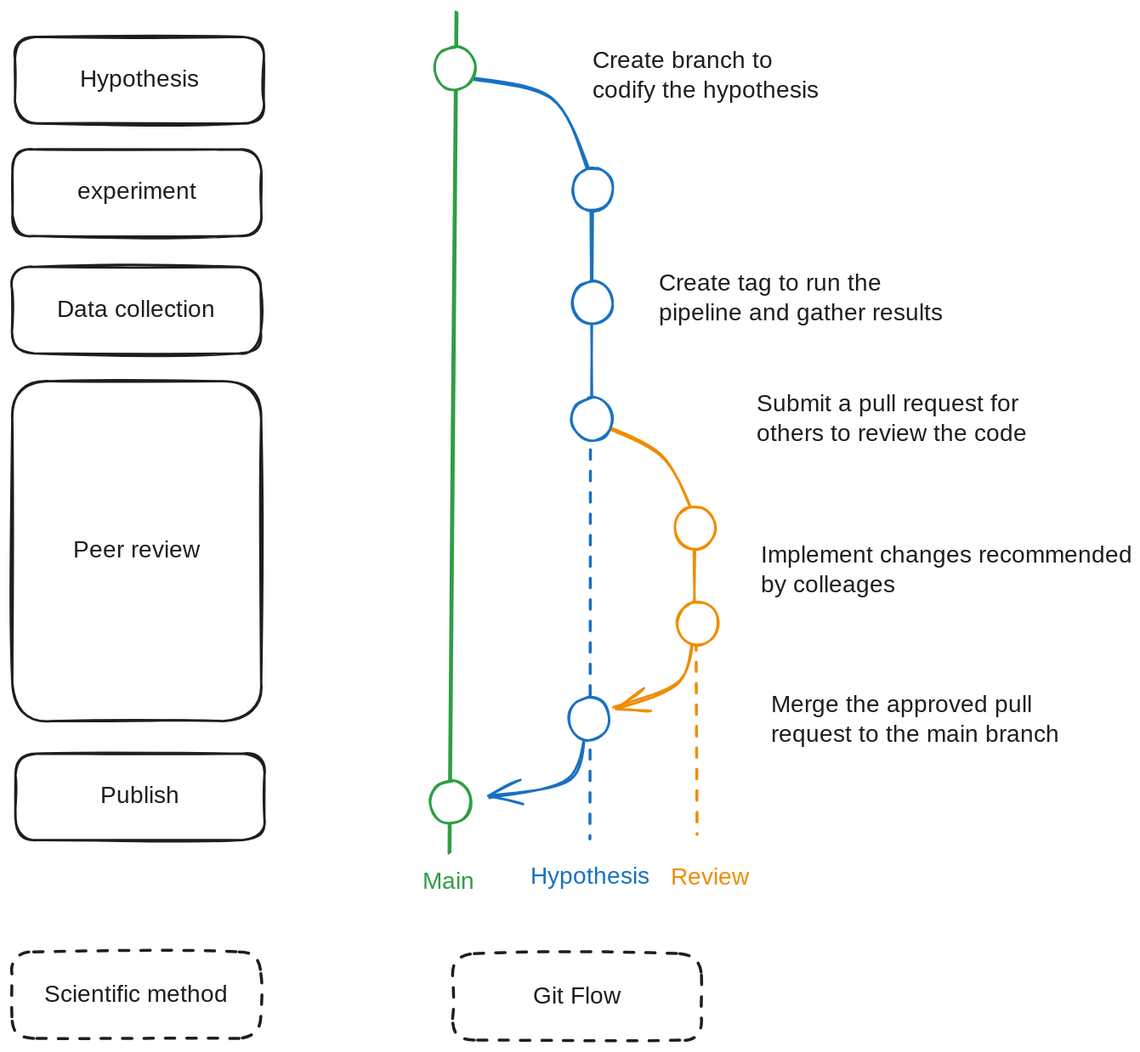
Before: docs/src/blog/posts/infrastructure_stack/attachments/scientific_method.excalidraw.svg, a diagram exported from Excalidraw (everycure-org/matrix). Source tidied: one line per element, renumbered; positions are measured from the earlier drawing's top-left corner, leaving out a move shared by most shapes.
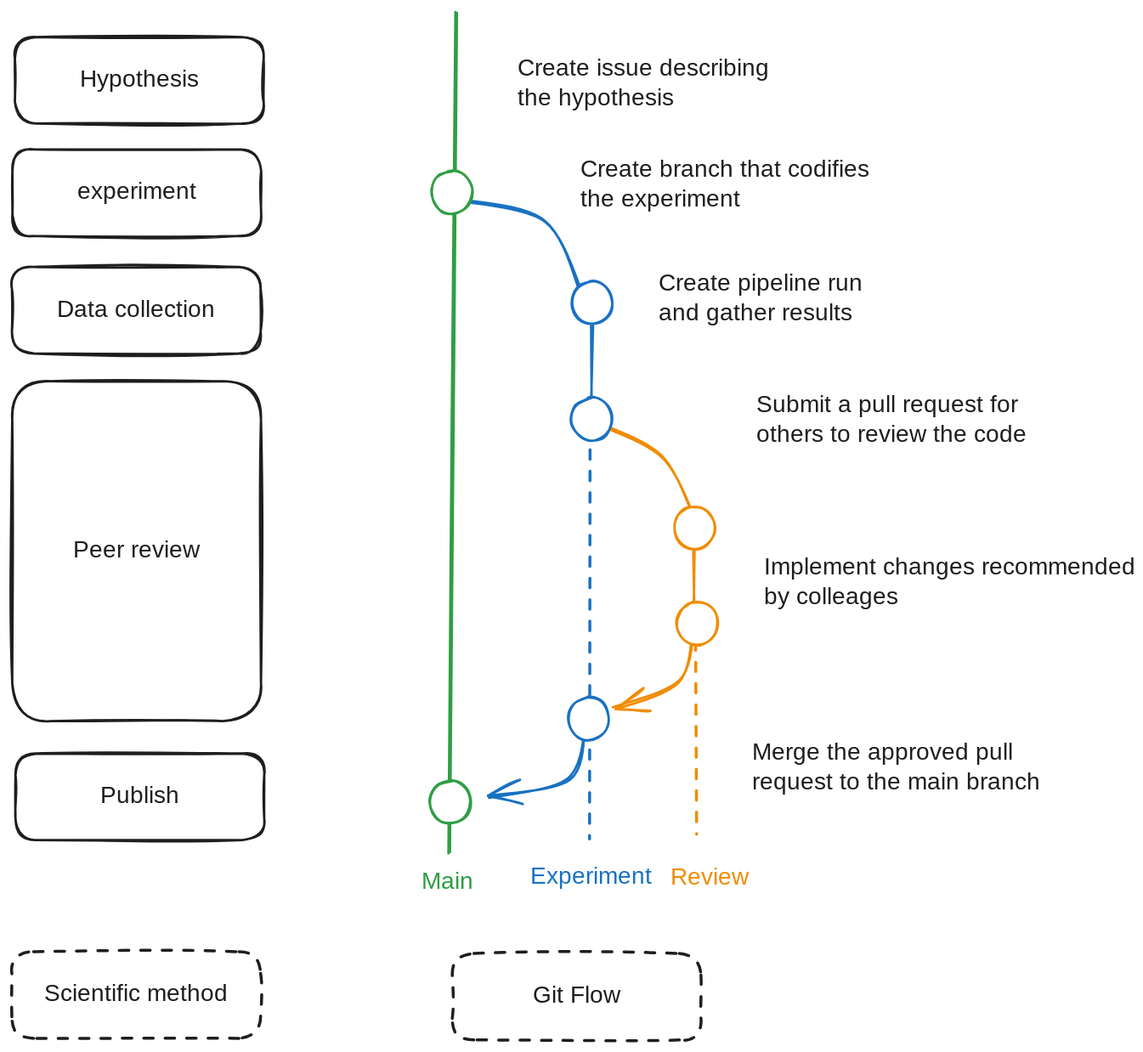
After the change.

Diff of the diagram source:
```diff
@@ -10,20 +10,19 @@
 {"id": 9, "type": "text", "text": "Peer review", "strokeColor": "#1e1e1e", "backgroundColor": "#ffffff", "fillStyle": "solid", "strokeWidth": 2, "roughness": 1, "fontSize": 20, "fontFamily": 1, "textAlign": "center", "verticalAlign": "middle", "inside": 8, "x": 49, "y": 441, "width": 111, "height": 25}
 {"id": 10, "type": "rectangle", "strokeColor": "#1e1e1e", "backgroundColor": "#ffffff", "fillStyle": "solid", "strokeWidth": 2, "roughness": 1, "round": true, "x": 3, "y": 623, "width": 209, "height": 73}
 {"id": 11, "type": "text", "text": "Publish", "strokeColor": "#1e1e1e", "backgroundColor": "#ffffff", "fillStyle": "solid", "strokeWidth": 2, "roughness": 1, "fontSize": 20, "fontFamily": 1, "textAlign": "center", "verticalAlign": "middle", "inside": 10, "x": 75, "y": 647, "width": 65, "height": 25}
-{"id": 12, "type": "line", "strokeColor": "#1971c2", "backgroundColor": "#ffffff", "fillStyle": "solid", "strokeWidth": 2, "roughness": 1, "round": true, "x": 378, "y": 56, "width": 107, "height": 80, "points": [[0, 0], [76, 17], [107, 80]]}
+{"id": 12, "type": "line", "strokeColor": "#1971c2", "backgroundColor": "#ffffff", "fillStyle": "solid", "strokeWidth": 2, "roughness": 1, "round": true, "x": 372, "y": 159, "width": 107, "height": 80, "points": [[0, 0], [76, 17], [107, 80]]}
-{"id": 13, "type": "ellipse", "strokeColor": "#2f9e44", "backgroundColor": "#ffffff", "fillStyle": "solid", "strokeWidth": 2, "roughness": 1, "round": true, "x": 355, "y": 29, "width": 34, "height": 36}
+{"id": 13, "type": "ellipse", "strokeColor": "#2f9e44", "backgroundColor": "#ffffff", "fillStyle": "solid", "strokeWidth": 2, "roughness": 1, "round": true, "x": 353, "y": 134, "width": 34, "height": 36}
-{"id": 14, "type": "text", "text": "Create branch to\ncodify the hypothesis", "strokeColor": "#1e1e1e", "backgroundColor": "#ffffff", "fillStyle": "solid", "strokeWidth": 2, "roughness": 1, "fontSize": 20, "fontFamily": 1, "x": 488, "y": 29, "width": 207, "height": 50}
+{"id": 14, "type": "text", "text": "Create issue describing\nthe hypothesis", "strokeColor": "#1e1e1e", "backgroundColor": "#ffffff", "fillStyle": "solid", "strokeWidth": 2, "roughness": 1, "fontSize": 20, "fontFamily": 1, "x": 425, "y": 35, "width": 226, "height": 50}
 {"id": 15, "type": "text", "text": "Main", "strokeColor": "#2f9e44", "backgroundColor": "#ffffff", "fillStyle": "solid", "strokeWidth": 2, "roughness": 1, "fontSize": 20, "fontFamily": 1, "x": 345, "y": 719, "width": 42, "height": 25}
-{"id": 16, "type": "line", "strokeColor": "#1971c2", "backgroundColor": "#ffffff", "fillStyle": "solid", "strokeWidth": 2, "roughness": 1, "round": true, "x": 486, "y": 151, "width": 1, "height": 196, "points": [[0, 0], [1, 196]]}
+{"id": 16, "type": "line", "strokeColor": "#1971c2", "backgroundColor": "#ffffff", "fillStyle": "solid", "strokeWidth": 2, "roughness": 1, "round": true, "x": 487, "y": 245, "width": 0, "height": 102, "points": [[0, 0], [0, 102]]}
 {"id": 17, "type": "ellipse", "strokeColor": "#1971c2", "backgroundColor": "#ffffff", "fillStyle": "solid", "strokeWidth": 2, "roughness": 1, "round": true, "x": 470, "y": 226, "width": 34, "height": 36}
-{"id": 18, "type": "ellipse", "strokeColor": "#1971c2", "backgroundColor": "#ffffff", "fillStyle": "solid", "strokeWidth": 2, "roughness": 1, "round": true, "x": 471, "y": 131, "width": 34, "height": 36}
-{"id": 19, "type": "text", "text": "Hypothesis", "strokeColor": "#1971c2", "backgroundColor": "#ffffff", "fillStyle": "solid", "strokeWidth": 2, "roughness": 1, "fontSize": 20, "fontFamily": 1, "x": 436, "y": 715, "width": 100, "height": 25}
+{"id": 19, "type": "text", "text": "Experiment", "strokeColor": "#1971c2", "backgroundColor": "#ffffff", "fillStyle": "solid", "strokeWidth": 2, "roughness": 1, "fontSize": 20, "fontFamily": 1, "x": 436, "y": 715, "width": 103, "height": 25}
-{"id": 20, "type": "text", "text": "Create tag to run the\npipeline and gather results", "strokeColor": "#1e1e1e", "backgroundColor": "#ffffff", "fillStyle": "solid", "strokeWidth": 2, "roughness": 1, "fontSize": 20, "fontFamily": 1, "x": 544, "y": 216, "width": 262, "height": 50}
+{"id": 20, "type": "text", "text": "Create pipeline run\nand gather results", "strokeColor": "#1e1e1e", "backgroundColor": "#ffffff", "fillStyle": "solid", "strokeWidth": 2, "roughness": 1, "fontSize": 20, "fontFamily": 1, "x": 544, "y": 216, "width": 187, "height": 50}
 {"id": 21, "type": "text", "text": "Submit a pull request for\nothers to review the code", "strokeColor": "#1e1e1e", "backgroundColor": "#ffffff", "fillStyle": "solid", "strokeWidth": 2, "roughness": 1, "fontSize": 20, "fontFamily": 1, "x": 626, "y": 318, "width": 258, "height": 50}
 {"id": 22, "type": "line", "strokeColor": "#1971c2", "backgroundColor": "#ffffff", "fillStyle": "solid", "strokeWidth": 2, "strokeStyle": "dashed", "roughness": 1, "round": true, "x": 486, "y": 350, "width": 0, "height": 346, "points": [[0, 0], [0, 346]]}
 {"id": 23, "type": "ellipse", "strokeColor": "#2f9e44", "backgroundColor": "#ffffff", "fillStyle": "solid", "strokeWidth": 2, "roughness": 1, "round": true, "x": 351, "y": 646, "width": 34, "height": 36}
 {"id": 24, "type": "arrow", "strokeColor": "#1971c2", "backgroundColor": "#ffffff", "fillStyle": "solid", "strokeWidth": 2, "roughness": 1, "endArrowhead": "arrow", "round": true, "to": 23, "x": 482, "y": 596, "width": 81, "height": 64, "points": [[0, 0], [-14, 50], [-81, 64]]}
-{"id": 25, "type": "text", "text": "Merge the approved pull\nrequest to the main branch", "strokeColor": "#1e1e1e", "backgroundColor": "#ffffff", "fillStyle": "solid", "strokeWidth": 2, "roughness": 1, "fontSize": 20, "fontFamily": 1, "x": 638, "y": 571, "width": 270, "height": 50}
+{"id": 25, "type": "text", "text": "Merge the approved pull\nrequest to the main branch", "strokeColor": "#1e1e1e", "backgroundColor": "#ffffff", "fillStyle": "solid", "strokeWidth": 2, "roughness": 1, "fontSize": 20, "fontFamily": 1, "x": 622, "y": 611, "width": 270, "height": 50}
 {"id": 26, "type": "line", "strokeColor": "#f08c00", "angle": 3.17, "backgroundColor": "#ffffff", "fillStyle": "solid", "strokeWidth": 2, "roughness": 1, "round": true, "x": 489, "y": 346, "width": 87, "height": 79, "points": [[0, 0], [31, 53], [87, 79]]}
 {"id": 27, "type": "ellipse", "strokeColor": "#1971c2", "backgroundColor": "#ffffff", "fillStyle": "solid", "strokeWidth": 2, "roughness": 1, "round": true, "x": 470, "y": 324, "width": 34, "height": 36}
 {"id": 28, "type": "ellipse", "strokeColor": "#f08c00", "backgroundColor": "#ffffff", "fillStyle": "solid", "strokeWidth": 2, "roughness": 1, "round": true, "x": 557, "y": 416, "width": 34, "height": 36}
@@ -31,9 +30,10 @@
 {"id": 30, "type": "ellipse", "strokeColor": "#1971c2", "backgroundColor": "#ffffff", "fillStyle": "solid", "strokeWidth": 2, "roughness": 1, "round": true, "x": 468, "y": 576, "width": 34, "height": 36}
 {"id": 31, "type": "arrow", "strokeColor": "#f08c00", "backgroundColor": "#ffffff", "fillStyle": "solid", "strokeWidth": 2, "roughness": 1, "endArrowhead": "arrow", "round": true, "to": 30, "x": 573, "y": 516, "width": 66, "height": 68, "points": [[0, 0], [-13, 46], [-66, 68]]}
 {"id": 32, "type": "ellipse", "strokeColor": "#f08c00", "backgroundColor": "#ffffff", "fillStyle": "solid", "strokeWidth": 2, "roughness": 1, "round": true, "x": 559, "y": 496, "width": 34, "height": 36}
-{"id": 33, "type": "text", "text": "Implement changes recommended\nby colleages", "strokeColor": "#1e1e1e", "backgroundColor": "#ffffff", "fillStyle": "solid", "strokeWidth": 2, "roughness": 1, "fontSize": 20, "fontFamily": 1, "x": 629, "y": 445, "width": 308, "height": 50}
+{"id": 33, "type": "text", "text": "Implement changes recommended\nby colleages", "strokeColor": "#1e1e1e", "backgroundColor": "#ffffff", "fillStyle": "solid", "strokeWidth": 2, "roughness": 1, "fontSize": 20, "fontFamily": 1, "x": 633, "y": 455, "width": 308, "height": 50}
 {"id": 34, "type": "text", "text": "Review", "strokeColor": "#f08c00", "backgroundColor": "#ffffff", "fillStyle": "solid", "strokeWidth": 2, "roughness": 1, "fontSize": 20, "fontFamily": 1, "x": 554, "y": 716, "width": 62, "height": 25}
 {"id": 35, "type": "rectangle", "strokeColor": "#1e1e1e", "backgroundColor": "#ffffff", "fillStyle": "solid", "strokeWidth": 2, "strokeStyle": "dashed", "roughness": 1, "round": true, "x": 0, "y": 790, "width": 209, "height": 73}
 {"id": 36, "type": "text", "text": "Scientific method", "strokeColor": "#1e1e1e", "backgroundColor": "#ffffff", "fillStyle": "solid", "strokeWidth": 2, "roughness": 1, "fontSize": 20, "fontFamily": 1, "textAlign": "center", "verticalAlign": "middle", "inside": 35, "x": 23, "y": 814, "width": 164, "height": 25}
 {"id": 37, "type": "rectangle", "strokeColor": "#1e1e1e", "backgroundColor": "#ffffff", "fillStyle": "solid", "strokeWidth": 2, "strokeStyle": "dashed", "roughness": 1, "round": true, "x": 370, "y": 792, "width": 209, "height": 73}
 {"id": 38, "type": "text", "text": "Git Flow", "strokeColor": "#1e1e1e", "backgroundColor": "#ffffff", "fillStyle": "solid", "strokeWidth": 2, "roughness": 1, "fontSize": 20, "fontFamily": 1, "textAlign": "center", "verticalAlign": "middle", "inside": 37, "x": 434, "y": 815, "width": 81, "height": 25}
+{"id": 39, "type": "text", "text": "Create branch that codifies\nthe experiment", "strokeColor": "#1e1e1e", "backgroundColor": "#ffffff", "fillStyle": "solid", "strokeWidth": 2, "roughness": 1, "fontSize": 20, "fontFamily": 1, "x": 478, "y": 121, "width": 278, "height": 50}
```
